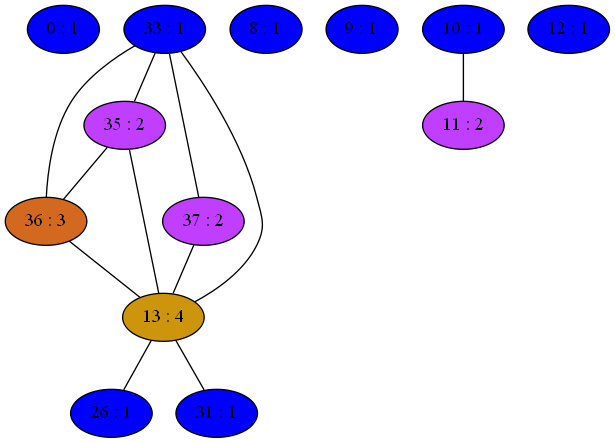
Before: Compiler/27iGraph.png, a diagram exported from Graphviz (mbajaj92/Project-Astoria). Its source is kept beside it as Compiler/27iGraph.dot.
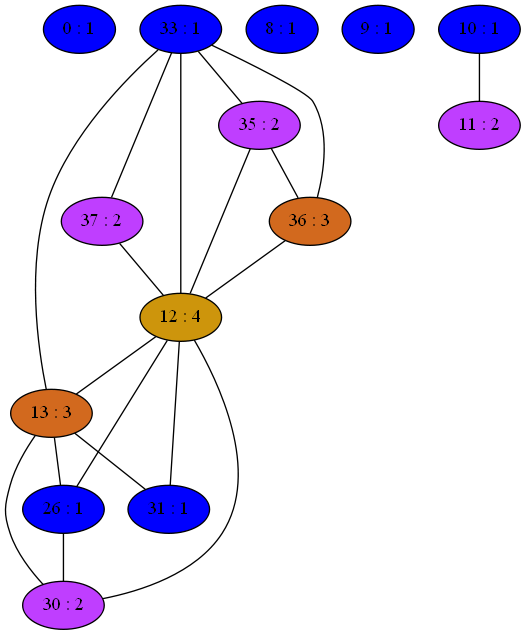
Above is the later version.

What changed in the source:
```diff
@@ -4,34 +4,49 @@
 33 -- 35
 33 -- 36
 33 -- 37
+33 -- 12
 33 -- 13
 35[label="35 : 2" style=filled fillcolor="darkorchid1"];
 35 -- 33
 35 -- 36
-35 -- 13
+35 -- 12
 36[label="36 : 3" style=filled fillcolor="chocolate"];
 36 -- 33
 36 -- 35
-36 -- 13
+36 -- 12
 37[label="37 : 2" style=filled fillcolor="darkorchid1"];
 37 -- 33
-37 -- 13
+37 -- 12
 8[label="8 : 1" style=filled fillcolor="blue1"];
 9[label="9 : 1" style=filled fillcolor="blue1"];
 10[label="10 : 1" style=filled fillcolor="blue1"];
 10 -- 11
 11[label="11 : 2" style=filled fillcolor="darkorchid1"];
 11 -- 10
-12[label="12 : 1" style=filled fillcolor="blue1"];
-13[label="13 : 4" style=filled fillcolor="darkgoldenrod3"];
+12[label="12 : 4" style=filled fillcolor="darkgoldenrod3"];
+12 -- 33
+12 -- 35
+12 -- 36
+12 -- 37
+12 -- 26
+12 -- 13
+12 -- 30
+12 -- 31
+13[label="13 : 3" style=filled fillcolor="chocolate"];
 13 -- 33
-13 -- 35
-13 -- 36
-13 -- 37
 13 -- 26
+13 -- 12
+13 -- 30
 13 -- 31
 26[label="26 : 1" style=filled fillcolor="blue1"];
+26 -- 12
 26 -- 13
+26 -- 30
+30[label="30 : 2" style=filled fillcolor="darkorchid1"];
+30 -- 26
+30 -- 12
+30 -- 13
 31[label="31 : 1" style=filled fillcolor="blue1"];
+31 -- 12
 31 -- 13
 }
```
